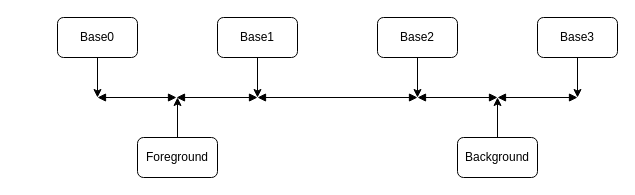
zpm-zsh/colors keeps this draw.io diagram as scheme/Diagram.drawio. Above is the earlier version. Source tidied: cells renumbered, new cells numbered last; positions are measured from the earlier drawing's top-left corner, leaving out a move shared by most shapes. Both pictures are drawn from the tidied source at 100%, with x=0, y=0 at pixel (57, 17).
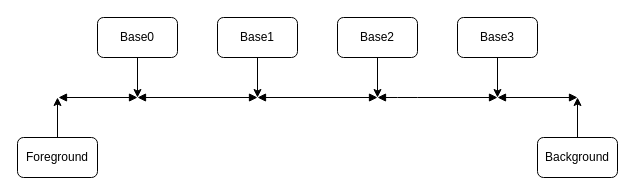
After the change.

What changed in the source:
```diff
@@
     <mxCell id="2" style="endArrow=block;startArrow=block;endFill=1;startFill=1;html=1;" parent="1" edge="1">
       <mxGeometry relative="1" as="geometry">
-        <mxPoint x="40" y="80" as="sourcePoint" />
-        <mxPoint x="119" y="80" as="targetPoint" />
+        <mxPoint x="1" y="80" as="sourcePoint" />
+        <mxPoint x="80" y="80" as="targetPoint" />
       </mxGeometry>
     </mxCell>
     <mxCell id="3" style="endArrow=block;startArrow=block;endFill=1;startFill=1;html=1;" parent="1" edge="1">
       <mxGeometry relative="1" as="geometry">
-        <mxPoint x="119" y="80" as="sourcePoint" />
+        <mxPoint x="80" y="80" as="sourcePoint" />
         <mxPoint x="200" y="80" as="targetPoint" />
       </mxGeometry>
     </mxCell>
     <mxCell id="4" style="endArrow=block;startArrow=block;endFill=1;startFill=1;html=1;" parent="1" edge="1">
       <mxGeometry relative="1" as="geometry">
         <mxPoint x="200" y="80" as="sourcePoint" />
-        <mxPoint x="360" y="80" as="targetPoint" />
+        <mxPoint x="320" y="80" as="targetPoint" />
       </mxGeometry>
     </mxCell>
     <mxCell id="5" style="endArrow=block;startArrow=block;endFill=1;startFill=1;html=1;" parent="1" edge="1">
       <mxGeometry relative="1" as="geometry">
-        <mxPoint x="360" y="80" as="sourcePoint" />
+        <mxPoint x="320" y="80" as="sourcePoint" />
         <mxPoint x="440" y="80" as="targetPoint" />
+        <Array as="points">
+          <mxPoint x="350" y="80" />
+        </Array>
       </mxGeometry>
     </mxCell>
     <mxCell id="6" value="Foreground" style="rounded=1;whiteSpace=wrap;html=1;" parent="1" vertex="1">
-      <mxGeometry x="80" y="120" width="80" height="40" as="geometry" />
+      <mxGeometry x="-40" y="120" width="80" height="40" as="geometry" />
     </mxCell>
     <mxCell id="7" value="Background" style="rounded=1;whiteSpace=wrap;html=1;" parent="1" vertex="1">
-      <mxGeometry x="400" y="120" width="80" height="40" as="geometry" />
+      <mxGeometry x="480" y="120" width="80" height="40" as="geometry" />
     </mxCell>
     <mxCell id="8" style="endArrow=classic;html=1;" parent="1" edge="1" source="6">
       <mxGeometry relative="1" as="geometry">
-        <mxPoint x="120" y="80" as="targetPoint" />
+        <mxPoint y="80" as="targetPoint" />
       </mxGeometry>
     </mxCell>
     <mxCell id="9" value="Base0" style="rounded=1;whiteSpace=wrap;html=1;" parent="1" vertex="1">
-      <mxGeometry width="80" height="40" as="geometry" />
+      <mxGeometry x="40" width="80" height="40" as="geometry" />
     </mxCell>
@@
     <mxCell id="11" value="Base2" style="rounded=1;whiteSpace=wrap;html=1;" parent="1" vertex="1">
-      <mxGeometry x="320" width="80" height="40" as="geometry" />
+      <mxGeometry x="280" width="80" height="40" as="geometry" />
     </mxCell>
     <mxCell id="12" value="Base3" style="rounded=1;whiteSpace=wrap;html=1;" parent="1" vertex="1">
-      <mxGeometry x="480" width="80" height="40" as="geometry" />
+      <mxGeometry x="400" width="80" height="40" as="geometry" />
     </mxCell>
@@
-    <mxCell id="14" style="endArrow=classic;html=1;" parent="1" edge="1">
+    <mxCell id="14" style="endArrow=classic;html=1;" parent="1" edge="1" source="11">
       <mxGeometry relative="1" as="geometry">
-        <mxPoint x="360" y="40" as="sourcePoint" />
-        <mxPoint x="360" y="80" as="targetPoint" />
+        <mxPoint x="320" y="80" as="targetPoint" />
       </mxGeometry>
     </mxCell>
     <mxCell id="15" style="endArrow=classic;html=1;" parent="1" edge="1" source="12">
       <mxGeometry relative="1" as="geometry">
-        <mxPoint x="520" y="80" as="targetPoint" />
+        <mxPoint x="440" y="80" as="targetPoint" />
       </mxGeometry>
     </mxCell>
@@
     <mxCell id="17" style="endArrow=classic;html=1;" parent="1" edge="1" source="7">
       <mxGeometry relative="1" as="geometry">
-        <mxPoint x="440" y="80" as="targetPoint" />
+        <mxPoint x="520" y="80" as="targetPoint" />
       </mxGeometry>
     </mxCell>
     <mxCell id="18" style="endArrow=classic;html=1;" parent="1" edge="1" source="9">
       <mxGeometry relative="1" as="geometry">
-        <mxPoint x="40" y="80" as="targetPoint" />
+        <mxPoint x="80" y="80" as="targetPoint" />
       </mxGeometry>
     </mxCell>
```
